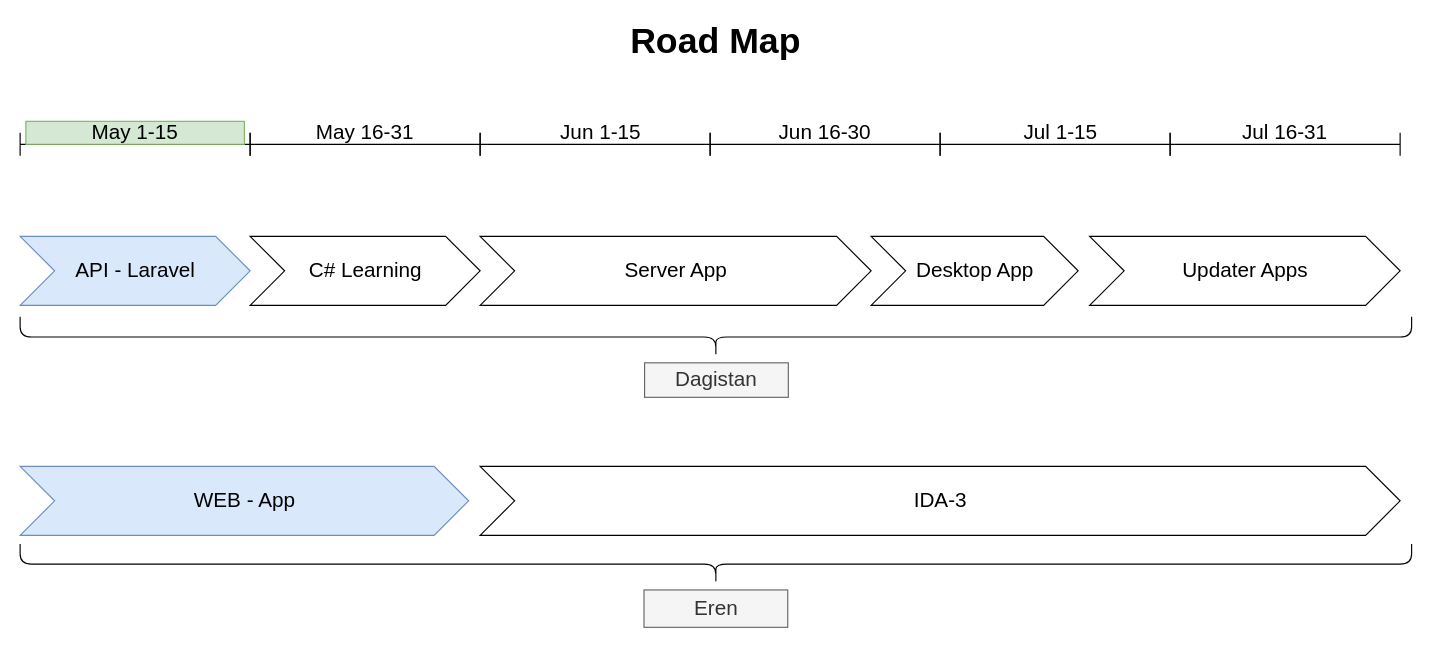
This is page "roadmap" (1 of 5) of mrvtool.drawio from dagistan-tuncbilek/tasarimlar, a draw.io file, before an edit. Source tidied: cells renumbered, new cells numbered last; positions are measured from the earlier drawing's top-left corner, leaving out a move shared by most shapes. Both pictures are drawn from the tidied source at 115%, with x=0, y=0 at pixel (20, -360).
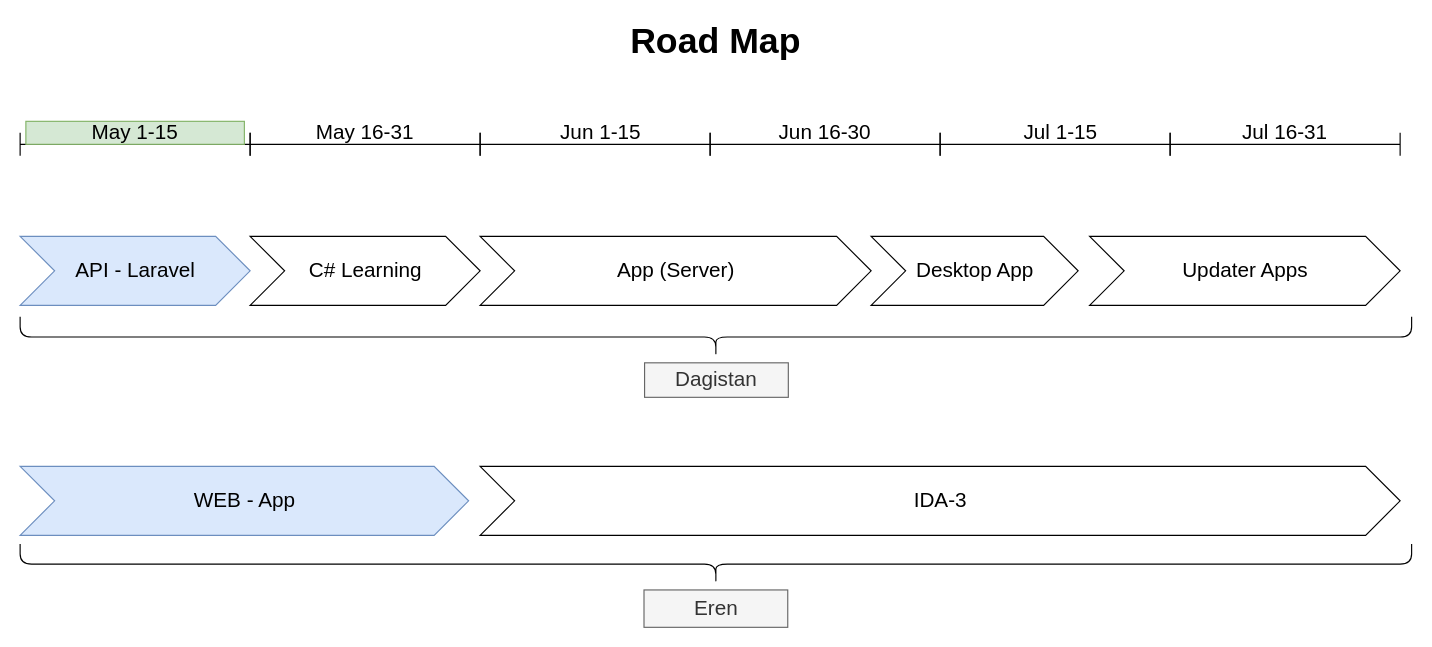
Above is the later version.

What changed in the source:
```diff
@@
-    <mxCell id="11" value="Server App" style="html=1;shadow=0;dashed=0;align=center;verticalAlign=middle;shape=mxgraph.arrows2.arrow;dy=0;dx=30;notch=30;fontSize=18;" parent="1" vertex="1">
+    <mxCell id="11" value="App (Server)" style="html=1;shadow=0;dashed=0;align=center;verticalAlign=middle;shape=mxgraph.arrows2.arrow;dy=0;dx=30;notch=30;fontSize=18;" parent="1" vertex="1">
       <mxGeometry x="400" y="518" width="340" height="60" as="geometry" />
     </mxCell>
```
